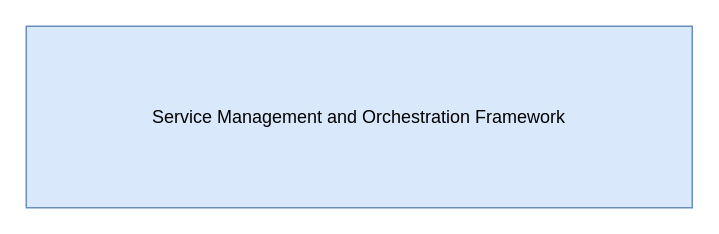
Above: Untitled Diagram.drawio in sieuquay90/drawio (draw.io), before the change. Source tidied: cells renumbered, new cells numbered last; positions are measured from the earlier drawing's top-left corner, leaving out a move shared by most shapes. Both pictures are drawn from the tidied source at 150%, with x=0, y=0 at pixel (26, 26).
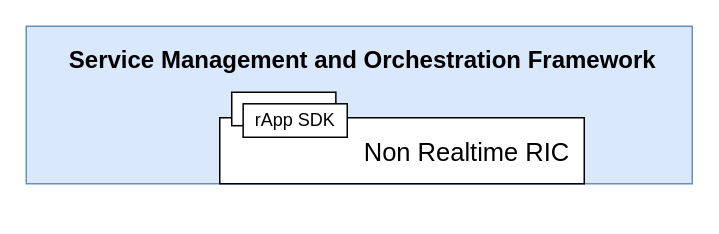
After the change.

Change to the diagram source:
```diff
@@
 <mxGraphModel>
   <root>
     <mxCell id="0" />
     <mxCell id="1" parent="0" />
-    <mxCell id="2" value="Service Management and Orchestration Framework" style="rounded=0;whiteSpace=wrap;html=1;fillColor=#dae8fc;strokeColor=#6c8ebf;" parent="1" vertex="1">
-      <mxGeometry width="444" height="121" as="geometry" />
+    <mxCell id="2" value="&lt;p&gt;&lt;br&gt;&lt;/p&gt;" style="rounded=0;whiteSpace=wrap;html=1;fillColor=#dae8fc;strokeColor=#6c8ebf;align=center;verticalAlign=top;" parent="1" vertex="1">
+      <mxGeometry width="444" height="105" as="geometry" />
     </mxCell>
+    <mxCell id="3" style="rounded=0;whiteSpace=wrap;html=1;" parent="1" vertex="1">
+      <mxGeometry x="129" y="61" width="243" height="44" as="geometry" />
+    </mxCell>
+    <mxCell id="4" style="group;" parent="1" vertex="1">
+      <mxGeometry x="137" y="44" width="77" height="30" as="geometry" />
+    </mxCell>
+    <mxCell id="5" style="rounded=0;whiteSpace=wrap;html=1;" parent="4" vertex="1">
+      <mxGeometry width="69.4" height="22.3" as="geometry" />
+    </mxCell>
+    <mxCell id="6" value="rApp SDK" style="rounded=0;whiteSpace=wrap;html=1;" parent="4" vertex="1">
+      <mxGeometry x="7.6" y="7.7" width="69.4" height="22.3" as="geometry" />
+    </mxCell>
+    <mxCell id="7" value="&lt;font style=&quot;font-size: 17px;&quot;&gt;Non Realtime RIC&lt;/font&gt;" style="text;html=1;align=center;verticalAlign=middle;whiteSpace=wrap;rounded=0;fontSize=14;" parent="1" vertex="1">
+      <mxGeometry x="218" y="70" width="152" height="30" as="geometry" />
+    </mxCell>
+    <mxCell id="8" value="&lt;span&gt;Service Management and Orchestration Framework&lt;/span&gt;" style="text;html=1;align=center;verticalAlign=middle;whiteSpace=wrap;rounded=0;fontSize=16;fontStyle=1;" parent="1" vertex="1">
+      <mxGeometry x="17" y="7" width="415" height="30" as="geometry" />
+    </mxCell>
   </root>
 </mxGraphModel>
```
